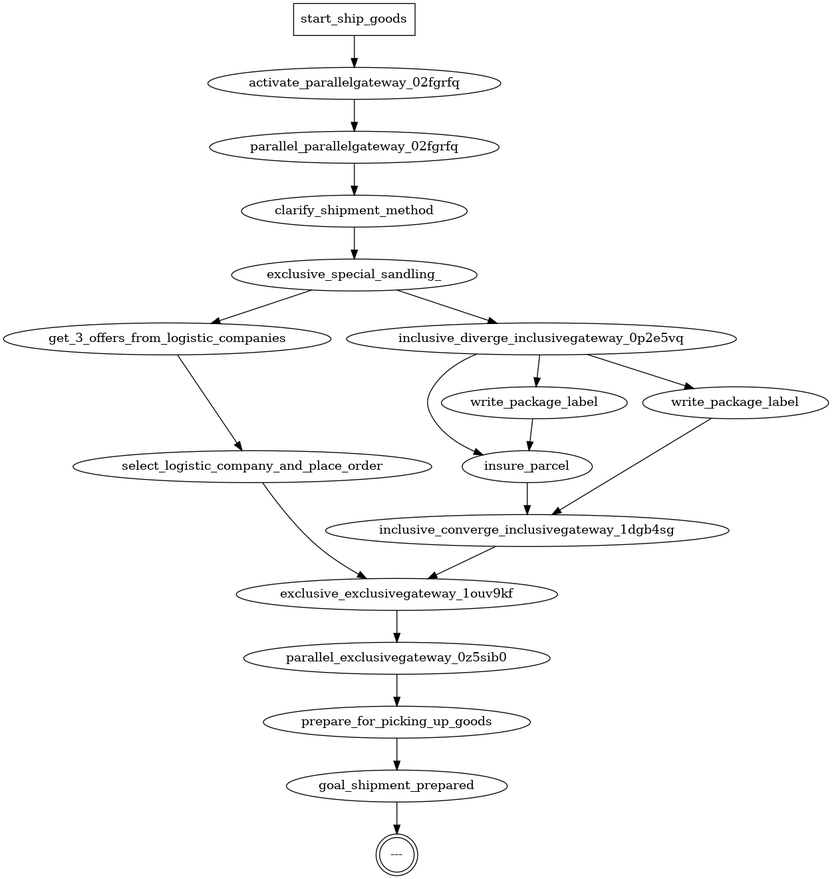
Earlier version of the Graphviz export dispatch_of_goods/not_flattened/graph.png (QuMuLab/bpmn-to-pddl-translation). Its source is kept beside it as dispatch_of_goods/not_flattened/graph.dot.
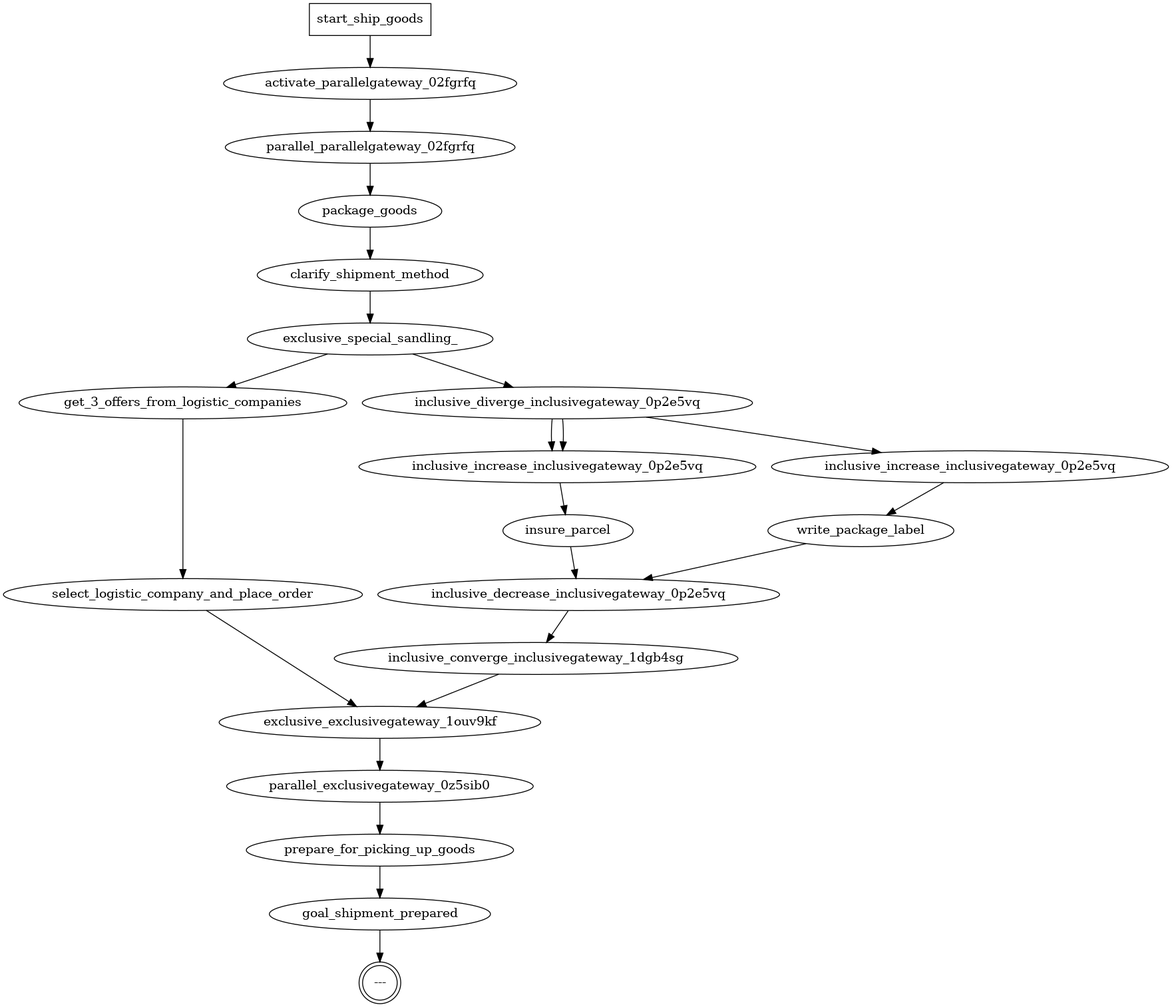
Above is the later version.

Commit message:
new inclusive gateway implmentation (not finished)

The edit, as a diff of the source:
```diff
@@ -1,38 +1,44 @@
 digraph {
   0 [label="---", shape=doublecircle];
-  13 [label="insure_parcel"];
-  20 [label="write_package_label"];
-  27 [label="write_package_label"];
-  5 [label="select_logistic_company_and_place_order"];
-  6 [label="get_3_offers_from_logistic_companies"];
+  13 [label="inclusive_converge_inclusivegateway_1dgb4sg"];
+  16 [label="inclusive_increase_inclusivegateway_0p2e5vq"];
+  15 [label="insure_parcel"];
   1 [label="goal_shipment_prepared"];
   2 [label="prepare_for_picking_up_goods"];
   3 [label="parallel_exclusivegateway_0z5sib0"];
   4 [label="exclusive_exclusivegateway_1ouv9kf"];
-  22 [label="exclusive_special_sandling_"];
-  12 [label="inclusive_converge_inclusivegateway_1dgb4sg"];
-  24 [label="parallel_parallelgateway_02fgrfq"];
-  26 [label="start_ship_goods", shape=box];
-  21 [label="inclusive_diverge_inclusivegateway_0p2e5vq"];
-  23 [label="clarify_shipment_method"];
-  25 [label="activate_parallelgateway_02fgrfq"];
-  13 -> 12;
-  20 -> 12;
-  27 -> 13;
-  5 -> 4;
-  6 -> 5;
+  5 [label="select_logistic_company_and_place_order"];
+  6 [label="get_3_offers_from_logistic_companies"];
+  24 [label="write_package_label"];
+  26 [label="inclusive_diverge_inclusivegateway_0p2e5vq"];
+  27 [label="exclusive_special_sandling_"];
+  28 [label="clarify_shipment_method"];
+  29 [label="package_goods"];
+  30 [label="parallel_parallelgateway_02fgrfq"];
+  31 [label="activate_parallelgateway_02fgrfq"];
+  32 [label="start_ship_goods", shape=box];
+  14 [label="inclusive_decrease_inclusivegateway_0p2e5vq"];
+  25 [label="inclusive_increase_inclusivegateway_0p2e5vq"];
+  13 -> 4;
+  16 -> 15;
+  15 -> 14;
   1 -> 0;
   2 -> 1;
   3 -> 2;
   4 -> 3;
-  22 -> 21;
-  22 -> 6;
-  12 -> 4;
-  24 -> 23;
+  5 -> 4;
+  6 -> 5;
+  24 -> 14;
+  26 -> 16;
+  26 -> 16;
   26 -> 25;
-  21 -> 27;
-  21 -> 13;
-  21 -> 20;
-  23 -> 22;
+  27 -> 26;
+  27 -> 6;
+  28 -> 27;
+  29 -> 28;
+  30 -> 29;
+  31 -> 30;
+  32 -> 31;
+  14 -> 13;
   25 -> 24;
 }
```
